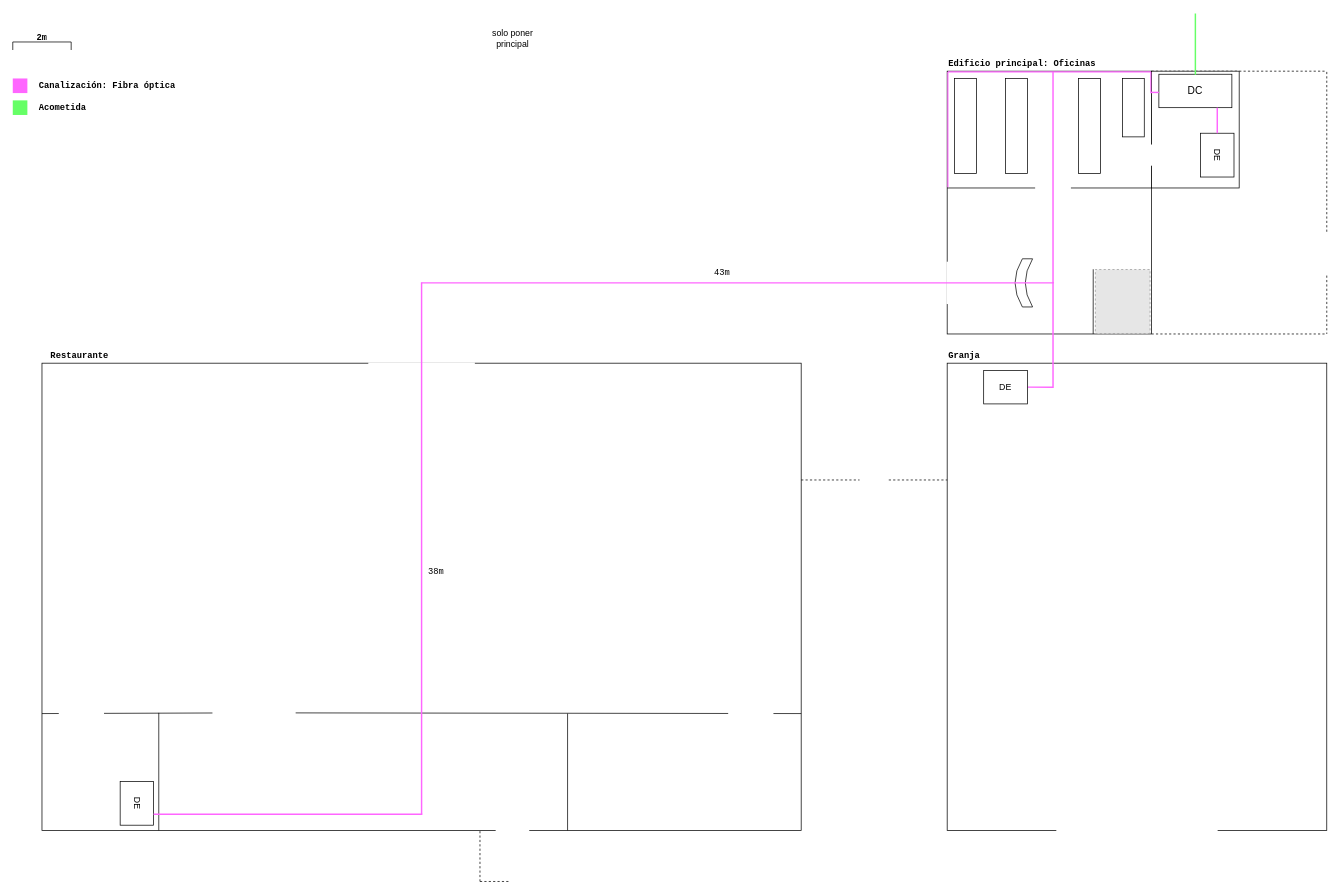
This is SMRL_Plano_General_Campus.drawio from cnrxad/smrl-draw.io, a draw.io file, before an edit. Source tidied: cells renumbered, new cells numbered last; positions are measured from the earlier drawing's top-left corner, leaving out a move shared by most shapes. Both pictures are drawn from the tidied source at 73%, with x=0, y=0 at pixel (12, 13). Pictures stored in the file or linked from it are replaced by grey dashed boxes.
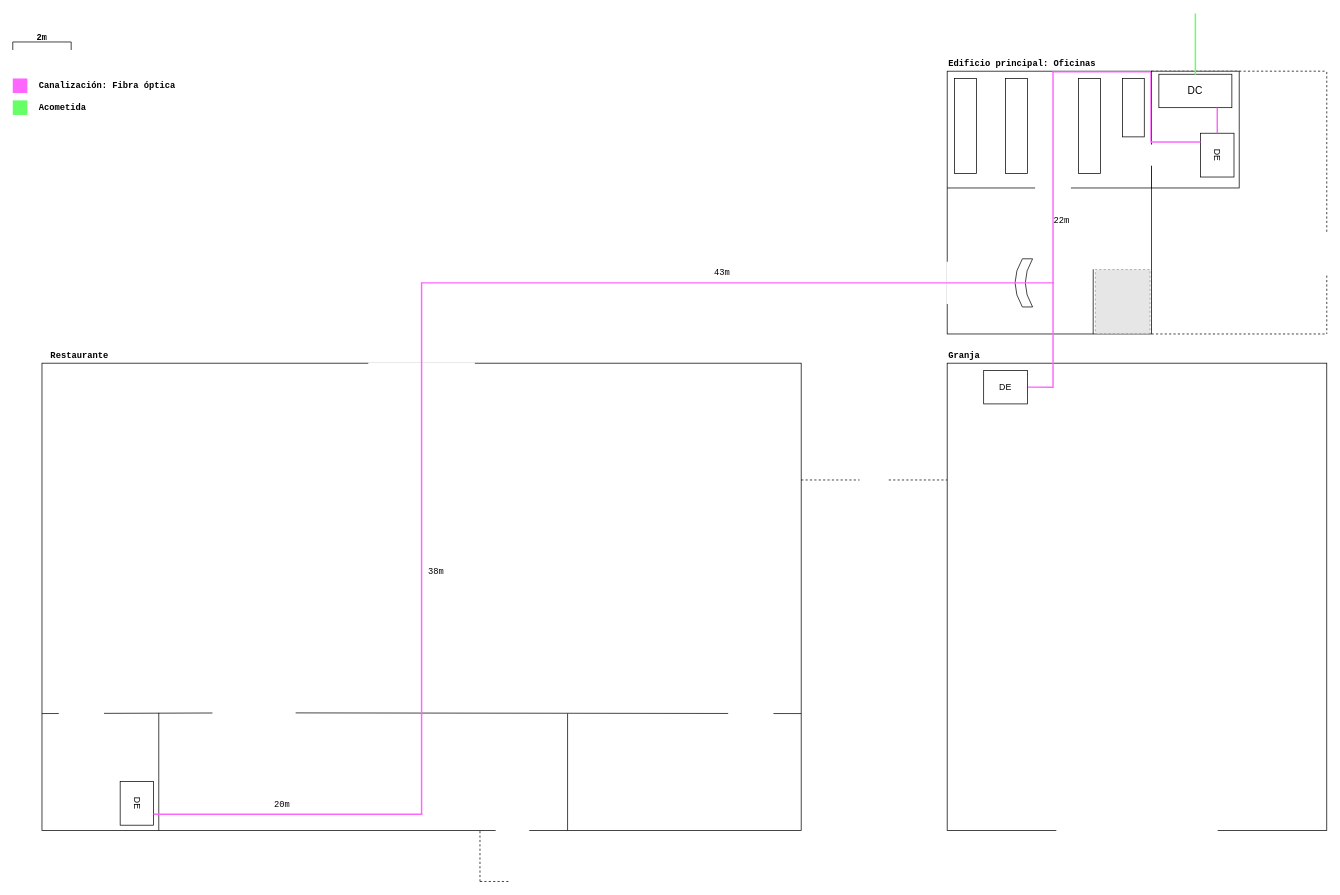
Above is the later version.

Unchanged cells that the change refers to:
```xml
<mxCell id="9" style="rounded=0;whiteSpace=wrap;html=1;strokeColor=default;" parent="1" vertex="1">
  <mxGeometry x="1560" y="79" width="120" height="160" as="geometry" />
</mxCell>
```

Change to the diagram source:
```diff
@@
-    <mxCell id="12" style="endArrow=none;html=1;rounded=0;strokeColor=light-dark(#FF66FF,#FF66FF);endSize=6;startSize=6;sourcePerimeterSpacing=0;strokeWidth=2;" parent="1" edge="1">
-      <mxGeometry relative="1" as="geometry">
-        <mxPoint x="1559" y="108.1" as="sourcePoint" />
-        <mxPoint x="1570" y="108.1" as="targetPoint" />
-      </mxGeometry>
-    </mxCell>
-    <mxCell id="13" style="endArrow=none;html=1;rounded=0;strokeColor=light-dark(#FF66FF,#FF66FF);entryX=-0.008;entryY=0.188;entryDx=0;entryDy=0;entryPerimeter=0;strokeWidth=1.5;" parent="1" edge="1" target="9">
-      <mxGeometry relative="1" as="geometry">
-        <mxPoint x="1559" y="80" as="sourcePoint" />
-      </mxGeometry>
-    </mxCell>
@@
     <mxCell id="21" style="endArrow=none;html=1;rounded=0;strokeColor=light-dark(#FF66FF,#FF66FF);strokeWidth=1.5;" parent="1" edge="1">
       <mxGeometry relative="1" as="geometry">
-        <mxPoint x="1281" y="80" as="sourcePoint" />
+        <mxPoint x="1424" y="80" as="sourcePoint" />
         <mxPoint x="1559" y="80" as="targetPoint" />
       </mxGeometry>
     </mxCell>
-    <mxCell id="22" style="endArrow=none;html=1;rounded=0;strokeColor=light-dark(#FF66FF,#FF66FF);strokeWidth=1.5;" parent="1" edge="1">
-      <mxGeometry relative="1" as="geometry">
-        <mxPoint x="1281" y="80" as="sourcePoint" />
-        <mxPoint x="1281" y="238" as="targetPoint" />
-      </mxGeometry>
-    </mxCell>
-    <mxCell id="23" value="solo poner principal" style="text;html=1;whiteSpace=wrap;strokeColor=none;fillColor=none;align=center;verticalAlign=middle;rounded=0;" parent="1" vertex="1">
-      <mxGeometry x="654.5" y="19" width="60" height="30" as="geometry" />
-    </mxCell>
@@
+    <mxCell id="67" value="&lt;div align=&quot;center&quot;&gt;&lt;font face=&quot;Courier New&quot;&gt;22m&lt;/font&gt;&lt;/div&gt;" style="text;strokeColor=none;fillColor=none;align=center;verticalAlign=middle;spacingLeft=4;spacingRight=4;overflow=hidden;whiteSpace=wrap;html=1;" parent="1" vertex="1">
+      <mxGeometry x="1397" y="269" width="80" height="30" as="geometry" />
+    </mxCell>
+    <mxCell id="68" style="endArrow=none;html=1;rounded=0;strokeColor=light-dark(#FF66FF,#FF66FF);strokeWidth=1.5;" parent="1" edge="1">
+      <mxGeometry relative="1" as="geometry">
+        <mxPoint x="1558.9" y="80" as="sourcePoint" />
+        <mxPoint x="1559" y="177" as="targetPoint" />
+      </mxGeometry>
+    </mxCell>
+    <mxCell id="69" style="endArrow=none;html=1;rounded=0;strokeColor=light-dark(#FF66FF,#FF66FF);endSize=6;startSize=6;sourcePerimeterSpacing=0;strokeWidth=2;" parent="1" edge="1">
+      <mxGeometry relative="1" as="geometry">
+        <mxPoint x="1558.9" y="176.1" as="sourcePoint" />
+        <mxPoint x="1626.9" y="176" as="targetPoint" />
+      </mxGeometry>
+    </mxCell>
+    <mxCell id="70" value="&lt;font face=&quot;Courier New&quot;&gt;20m&lt;/font&gt;" style="text;strokeColor=none;fillColor=none;align=center;verticalAlign=middle;spacingLeft=4;spacingRight=4;overflow=hidden;whiteSpace=wrap;html=1;" parent="1" vertex="1">
+      <mxGeometry x="329" y="1069" width="80" height="30" as="geometry" />
+    </mxCell>
```
